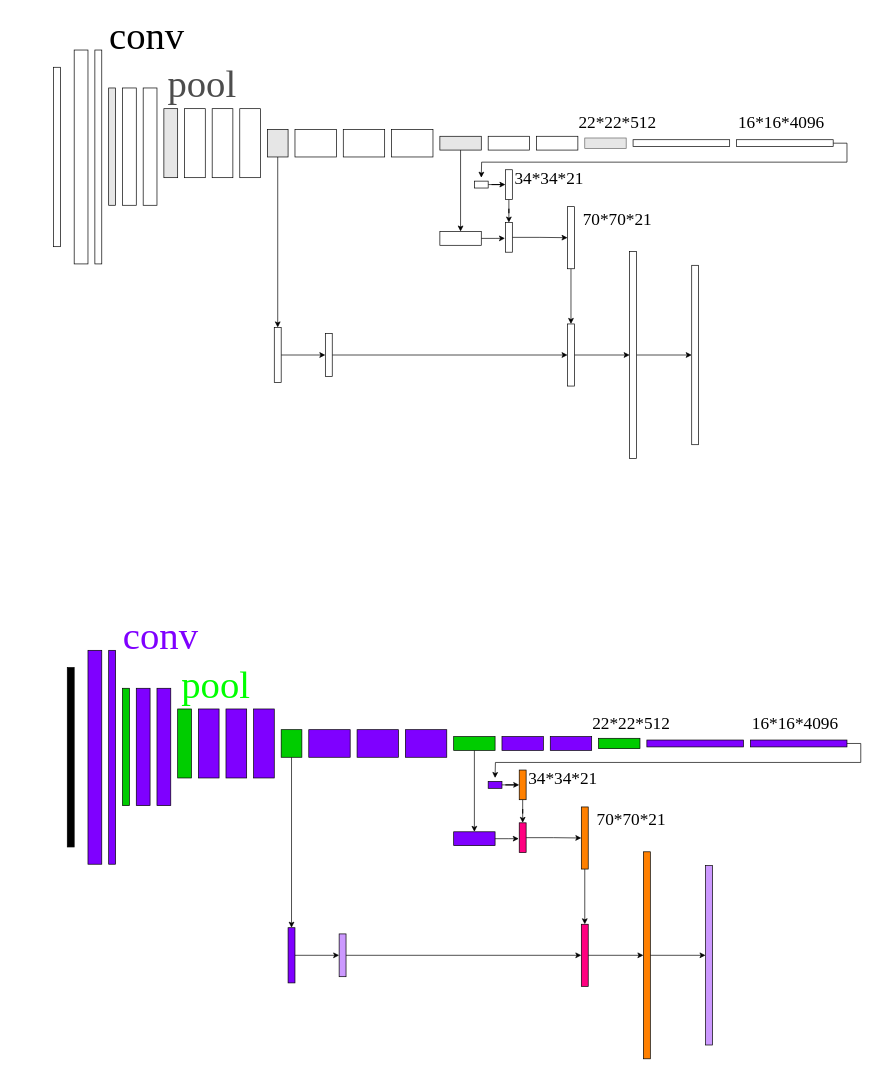
ByronGe/ff keeps this draw.io diagram as fcn.drawio. Above is the earlier version. Source tidied: cells renumbered, new cells numbered last; positions are measured from the earlier drawing's top-left corner, leaving out a move shared by most shapes. Both pictures are drawn from the tidied source at 69%, with x=0, y=0 at pixel (53, 12).
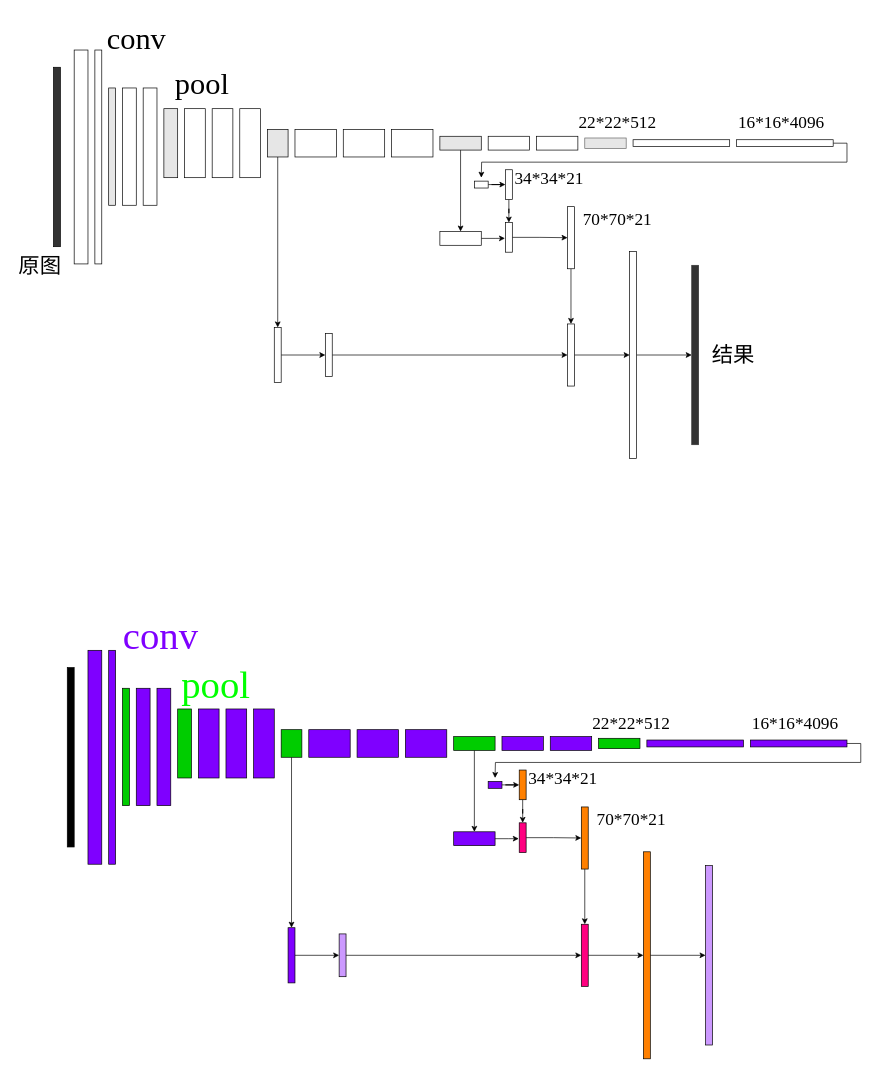
The same diagram, later.

Change to the diagram source:
```diff
@@
-    <mxCell id="2" style="rounded=0;whiteSpace=wrap;html=1;strokeColor=#000000;fillColor=#FFFFFF;fontFamily=Times New Roman;fontSize=25;" parent="1" vertex="1">
+    <mxCell id="2" style="rounded=0;whiteSpace=wrap;html=1;strokeColor=#000000;fillColor=#333333;fontFamily=Times New Roman;fontSize=25;" parent="1" vertex="1">
       <mxGeometry y="80" width="10" height="260" as="geometry" />
     </mxCell>
@@
-    <mxCell id="43" style="rounded=0;whiteSpace=wrap;html=1;fillColor=#FFFFFF;fontFamily=Times New Roman;fontSize=25;" parent="1" vertex="1">
+    <mxCell id="43" style="rounded=0;whiteSpace=wrap;html=1;fillColor=#333333;fontFamily=Times New Roman;fontSize=25;strokeColor=#333333;" parent="1" vertex="1">
       <mxGeometry x="925" y="367" width="10" height="260" as="geometry" />
     </mxCell>
@@
-    <mxCell id="48" value="&lt;font style=&quot;font-size: 56px&quot;&gt;conv&lt;/font&gt;" style="text;html=1;align=center;verticalAlign=middle;fontSize=56;fontFamily=Times New Roman;" parent="1" vertex="1">
-      <mxGeometry x="70" width="130" height="70" as="geometry" />
+    <mxCell id="48" value="&lt;font style=&quot;font-size: 44px;&quot;&gt;conv&lt;/font&gt;" style="text;html=1;align=center;verticalAlign=middle;fontSize=44;fontFamily=Times New Roman;" parent="1" vertex="1">
+      <mxGeometry x="70" y="10" width="100" height="60" as="geometry" />
     </mxCell>
-    <mxCell id="49" value="&lt;font style=&quot;font-size: 56px&quot; color=&quot;#4d4d4d&quot;&gt;pool&lt;/font&gt;" style="text;html=1;align=center;verticalAlign=middle;fontSize=56;fontFamily=Times New Roman;" parent="1" vertex="1">
-      <mxGeometry x="160" y="70" width="110" height="70" as="geometry" />
+    <mxCell id="49" value="&lt;font style=&quot;font-size: 44px;&quot;&gt;pool&lt;/font&gt;" style="text;html=1;align=center;verticalAlign=middle;fontSize=44;fontFamily=Times New Roman;" parent="1" vertex="1">
+      <mxGeometry x="170" y="75" width="90" height="60" as="geometry" />
     </mxCell>
@@
+    <mxCell id="98" value="原图" style="text;html=1;align=center;verticalAlign=middle;fontSize=31;" parent="1" vertex="1">
+      <mxGeometry x="-60" y="348" width="80" height="40" as="geometry" />
+    </mxCell>
+    <mxCell id="99" value="结果" style="text;html=1;align=center;verticalAlign=middle;fontSize=31;" parent="1" vertex="1">
+      <mxGeometry x="945" y="477" width="80" height="40" as="geometry" />
+    </mxCell>
```
